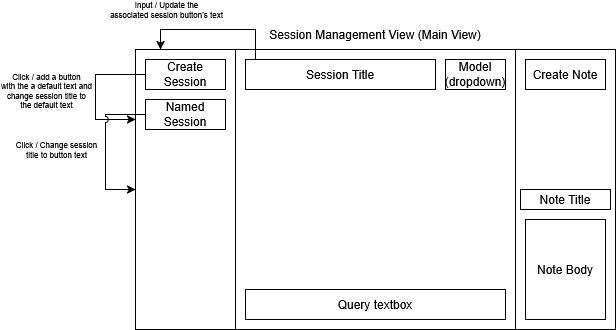
Above: docs/diagrams/src/wireframe.drawio.png in Kirya-D/LocalQuery (draw.io), before the change. Source tidied: cells renumbered, new cells last; positions are measured from the earlier drawing's top-left corner, leaving out a move shared by most shapes.
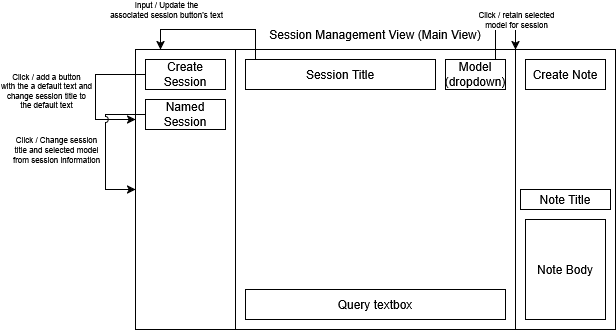
After the change.

Commit message:
Added functionality to retain the selected model after switching between sessions

Resolves #5

Change to the diagram source:
```diff
@@ -58,6 +58,19 @@
     <mxCell id="15" value="Session Title" style="text;html=1;whiteSpace=wrap;strokeColor=default;fillColor=none;align=center;verticalAlign=middle;rounded=0;" parent="1" vertex="1">
       <mxGeometry x="150" y="40" width="190" height="30" as="geometry" />
     </mxCell>
+    <mxCell id="20" style="edgeStyle=orthogonalEdgeStyle;rounded=0;jettySize=auto;html=1;entryX=1;entryY=0;entryDx=0;entryDy=0;" parent="1" edge="1" source="16" target="4">
+      <mxGeometry relative="1" as="geometry">
+        <Array as="points">
+          <mxPoint x="400" y="10" />
+          <mxPoint x="420" y="10" />
+        </Array>
+      </mxGeometry>
+    </mxCell>
+    <mxCell id="21" value="&lt;div&gt;&lt;font&gt;Click / retain selected&lt;/font&gt;&lt;/div&gt;&lt;div&gt;&lt;font&gt;model for session&lt;/font&gt;&lt;/div&gt;" style="edgeLabel;html=1;align=center;verticalAlign=middle;fontSize=8;" parent="20" vertex="1">
+      <mxGeometry x="0.05" y="2" relative="1" as="geometry">
+        <mxPoint x="13" y="-8" as="offset" />
+      </mxGeometry>
+    </mxCell>
     <mxCell id="16" value="Model (dropdown)" style="text;html=1;whiteSpace=wrap;strokeColor=default;fillColor=none;align=center;verticalAlign=middle;rounded=0;" parent="1" vertex="1">
       <mxGeometry x="350" y="40" width="60" height="30" as="geometry" />
     </mxCell>
@@ -69,7 +82,7 @@
         </Array>
       </mxGeometry>
     </mxCell>
-    <mxCell id="18" value="&lt;div&gt;Click / Change session&lt;/div&gt;&lt;div&gt;title to button text&lt;/div&gt;" style="edgeLabel;html=1;align=center;verticalAlign=middle;fontSize=8;" parent="17" vertex="1">
+    <mxCell id="18" value="&lt;div&gt;Click / Change session&lt;/div&gt;&lt;div&gt;title and selected model&lt;/div&gt;&lt;div&gt;from session information&lt;/div&gt;" style="edgeLabel;html=1;align=center;verticalAlign=middle;fontSize=8;" parent="17" vertex="1">
       <mxGeometry x="0.2" y="-3" relative="1" as="geometry">
         <mxPoint x="-47" y="-12" as="offset" />
       </mxGeometry>
```
